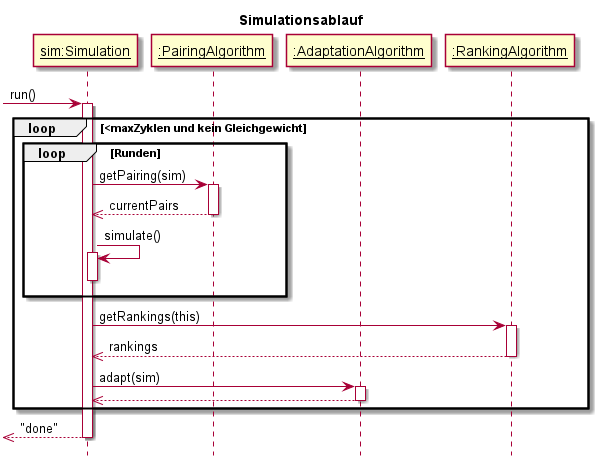
The PlantUML diagram Entwurf/Diagramme/Sequenzdiagramme/sequenz_simulation.png in max-97/pse, before a commit. Source of this version:
```plantuml
@startuml
title Simulationsablauf
skinparam sequenceParticipant underline
hide footbox


participant "sim:Simulation" as A
participant ":PairingAlgorithm" as B
participant ":AdaptationAlgorithm" as C
participant ":RankingAlgorithm" as RA

 -> A: run()
activate A

loop <maxZyklen und kein Gleichgewicht
  loop Runden
  A -> B: getPairing(sim)
  activate B
  A <<-- B: currentPairs
  deactivate B
  A -> A: simulate()
  activate A
  deactivate A
  end

  A -> RA: getRankings(this)
  activate RA
  A <<-- RA: rankings
  deactivate RA

  A -> C: adapt(sim)
  activate C
  A <<-- C
  deactivate C
end

 <<-- A: "done"
deactivate A

@enduml
```
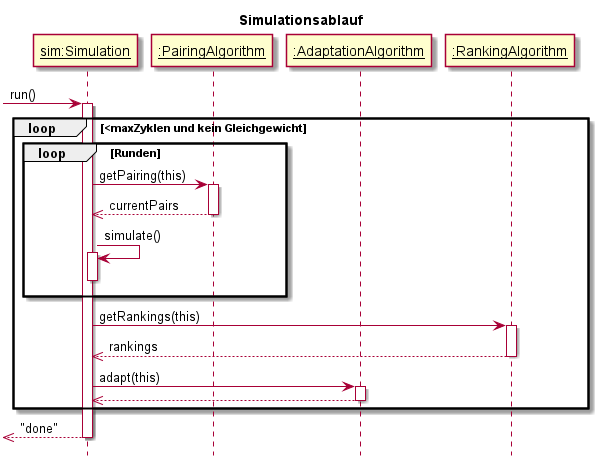
The same file after the commit.

Commit message:
Sequenzdiagramme mit Beschreibungen dem Entwurfsdokument hinzugefügt

Change to the diagram source:
```diff
@@ -14,7 +14,7 @@
 
 loop <maxZyklen und kein Gleichgewicht
   loop Runden
-  A -> B: getPairing(sim)
+  A -> B: getPairing(this)
   activate B
   A <<-- B: currentPairs
   deactivate B
@@ -28,7 +28,7 @@
   A <<-- RA: rankings
   deactivate RA
 
-  A -> C: adapt(sim)
+  A -> C: adapt(this)
   activate C
   A <<-- C
   deactivate C
```
